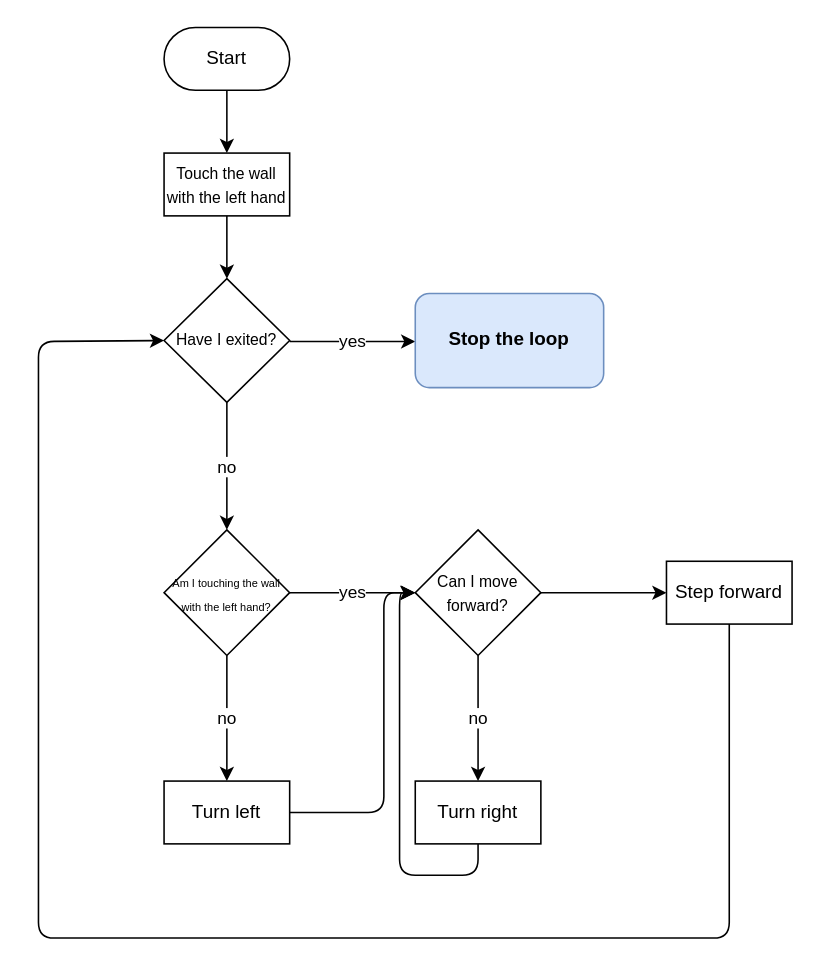
The draw.io diagram first lecture block schemes/labyrinth.drawio in yourenoticed/gb, before the edit. Source tidied: cells renumbered, new cells numbered last; positions are measured from the earlier drawing's top-left corner, leaving out a move shared by most shapes. Both pictures are drawn from the tidied source at 157%, with x=0, y=0 at pixel (38, 27).
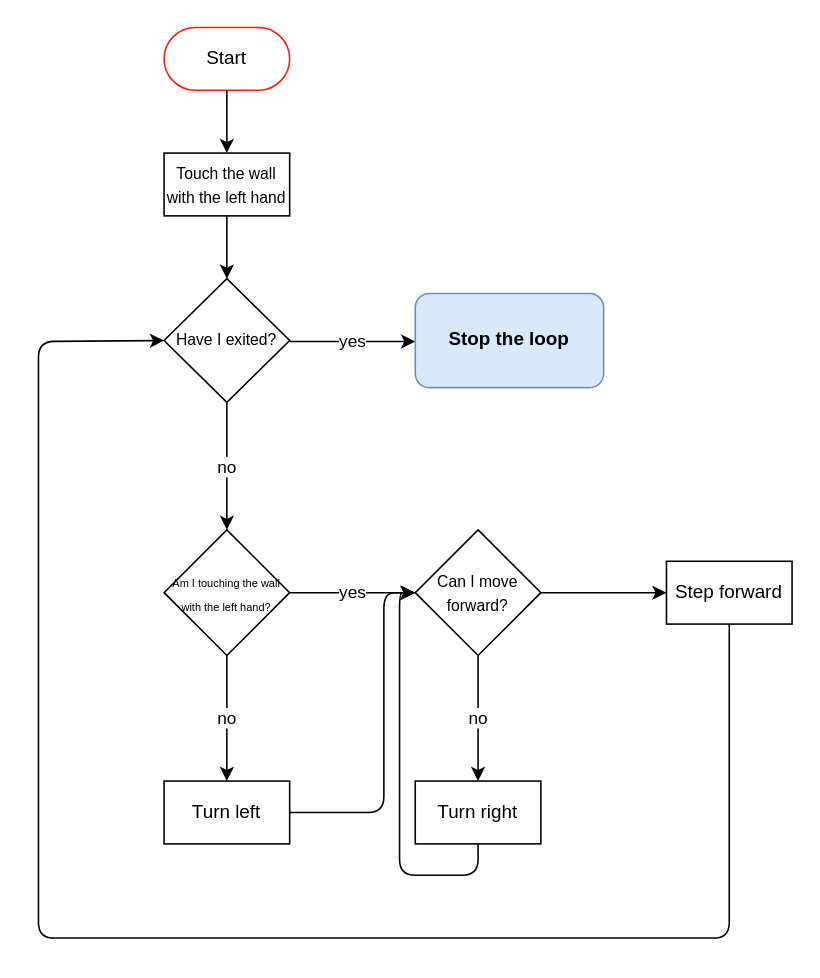
The same page after the edit.

The edit, as a diff of the source:
```diff
@@
-    <mxCell id="2" value="Start" style="rounded=1;whiteSpace=wrap;html=1;arcSize=50;" parent="1" vertex="1">
+    <mxCell id="2" value="Start" style="rounded=1;whiteSpace=wrap;html=1;arcSize=50;strokeColor=#FF1B0A;" parent="1" vertex="1">
       <mxGeometry x="80" width="80" height="40" as="geometry" />
     </mxCell>
```
